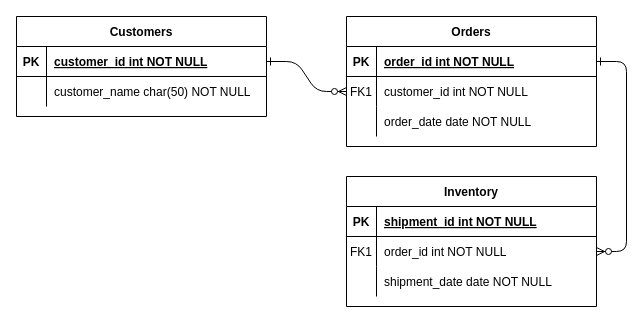
ozarikar/csc362_f24_zarikar keeps this draw.io diagram as lab4/Untitled Diagram.drawio. Above is the earlier version. Source tidied: cells renumbered, new cells numbered last; positions are measured from the earlier drawing's top-left corner, leaving out a move shared by most shapes. Both pictures are drawn from the tidied source at 100%, with x=0, y=0 at pixel (16, 16).
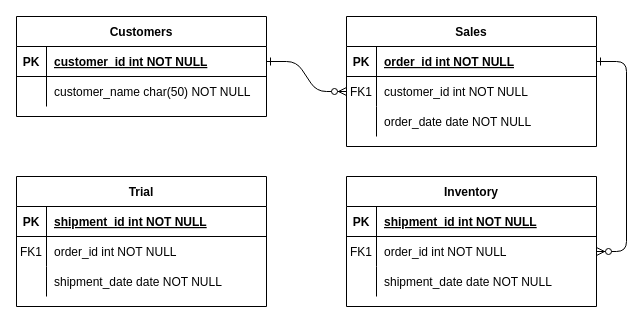
The same page after the edit.

What changed in the source:
```diff
@@
-    <mxCell id="4" value="Orders" style="shape=table;startSize=30;childLayout=tableLayout;rowLines=0;fontStyle=1;align=center;" parent="1" vertex="1">
+    <mxCell id="4" value="Sales" style="shape=table;startSize=30;childLayout=tableLayout;rowLines=0;fontStyle=1;align=center;" parent="1" vertex="1">
       <mxGeometry x="330" width="250" height="130" as="geometry" />
     </mxCell>
@@
+    <mxCell id="31" value="Trial" style="shape=table;startSize=30;childLayout=tableLayout;rowLines=0;fontStyle=1;align=center;" parent="1" vertex="1">
+      <mxGeometry y="160" width="250" height="130" as="geometry" />
+    </mxCell>
+    <mxCell id="32" style="shape=partialRectangle;fillColor=none;top=0;left=0;right=0;bottom=1;" parent="31" vertex="1">
+      <mxGeometry y="30" width="250" height="30" as="geometry" />
+    </mxCell>
+    <mxCell id="33" value="PK" style="shape=partialRectangle;overflow=hidden;fillColor=none;top=0;left=0;bottom=0;right=0;fontStyle=1;" parent="32" vertex="1">
+      <mxGeometry width="30" height="30" as="geometry" />
+    </mxCell>
+    <mxCell id="34" value="shipment_id int NOT NULL " style="shape=partialRectangle;overflow=hidden;fillColor=none;top=0;left=0;bottom=0;right=0;align=left;spacingLeft=6;fontStyle=5;" parent="32" vertex="1">
+      <mxGeometry x="30" width="220" height="30" as="geometry" />
+    </mxCell>
+    <mxCell id="35" style="shape=partialRectangle;fillColor=none;top=0;left=0;right=0;bottom=0;" parent="31" vertex="1">
+      <mxGeometry y="60" width="250" height="30" as="geometry" />
+    </mxCell>
+    <mxCell id="36" value="FK1" style="shape=partialRectangle;overflow=hidden;fillColor=none;top=0;left=0;bottom=0;right=0;" parent="35" vertex="1">
+      <mxGeometry width="30" height="30" as="geometry" />
+    </mxCell>
+    <mxCell id="37" value="order_id int NOT NULL" style="shape=partialRectangle;overflow=hidden;fillColor=none;top=0;left=0;bottom=0;right=0;align=left;spacingLeft=6;" parent="35" vertex="1">
+      <mxGeometry x="30" width="220" height="30" as="geometry" />
+    </mxCell>
+    <mxCell id="38" style="shape=partialRectangle;fillColor=none;top=0;left=0;right=0;bottom=0;" parent="31" vertex="1">
+      <mxGeometry y="90" width="250" height="30" as="geometry" />
+    </mxCell>
+    <mxCell id="39" style="shape=partialRectangle;overflow=hidden;fillColor=none;top=0;left=0;bottom=0;right=0;" parent="38" vertex="1">
+      <mxGeometry width="30" height="30" as="geometry" />
+    </mxCell>
+    <mxCell id="40" value="shipment_date date NOT NULL" style="shape=partialRectangle;overflow=hidden;fillColor=none;top=0;left=0;bottom=0;right=0;align=left;spacingLeft=6;" parent="38" vertex="1">
+      <mxGeometry x="30" width="220" height="30" as="geometry" />
+    </mxCell>
```
